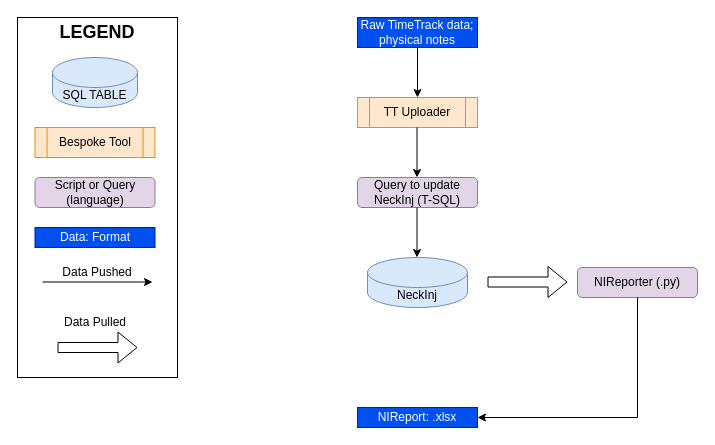
Above: TimeTrack-OnPremises-Structure.drawio in ancollis757/trackingtables (draw.io), before the change. Source tidied: cells renumbered, new cells numbered last; positions are measured from the earlier drawing's top-left corner, leaving out a move shared by most shapes. Both pictures are drawn from the tidied source at 100%, with x=0, y=0 at pixel (17, 17).
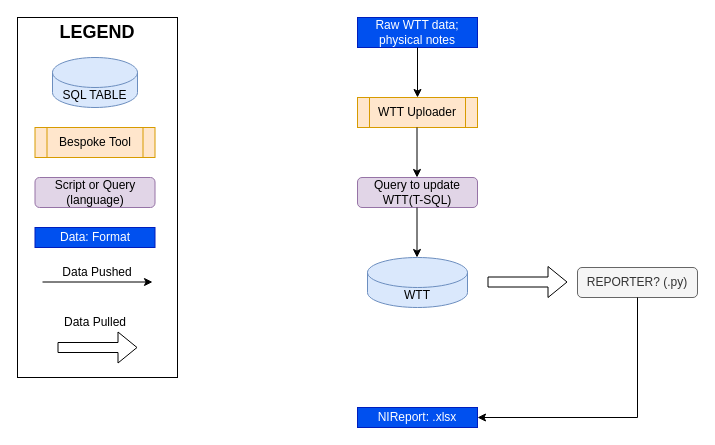
The same diagram, later.

Commit message:
Names Corrected

What changed in the source:
```diff
@@
-    <mxCell id="5" value="NeckInj" style="shape=cylinder3;whiteSpace=wrap;html=1;boundedLbl=1;backgroundOutline=1;size=15;fillColor=#dae8fc;strokeColor=#6c8ebf;" parent="1" vertex="1">
+    <mxCell id="5" value="WTT" style="shape=cylinder3;whiteSpace=wrap;html=1;boundedLbl=1;backgroundOutline=1;size=15;fillColor=#dae8fc;strokeColor=#6c8ebf;" parent="1" vertex="1">
       <mxGeometry x="350" y="240" width="100" height="50" as="geometry" />
     </mxCell>
@@
-    <mxCell id="7" value="TT Uploader" style="shape=process;whiteSpace=wrap;html=1;backgroundOutline=1;fillColor=#ffe6cc;strokeColor=#d79b00;" parent="1" vertex="1">
+    <mxCell id="7" value="WTT Uploader" style="shape=process;whiteSpace=wrap;html=1;backgroundOutline=1;fillColor=#ffe6cc;strokeColor=#d79b00;" parent="1" vertex="1">
       <mxGeometry x="340" y="80" width="120" height="30" as="geometry" />
     </mxCell>
@@
-    <mxCell id="9" value="Query to update NeckInj (T-SQL)" style="rounded=1;whiteSpace=wrap;html=1;fillColor=#e1d5e7;strokeColor=#9673a6;" parent="1" vertex="1">
+    <mxCell id="9" value="Query to update WTT(T-SQL)" style="rounded=1;whiteSpace=wrap;html=1;fillColor=#e1d5e7;strokeColor=#9673a6;" parent="1" vertex="1">
       <mxGeometry x="340" y="160" width="120" height="30" as="geometry" />
     </mxCell>
@@
-    <mxCell id="11" value="Raw TimeTrack data; physical notes" style="rounded=0;whiteSpace=wrap;html=1;fillColor=#0050ef;strokeColor=#001DBC;fontColor=#ffffff;" parent="1" vertex="1">
+    <mxCell id="11" value="Raw WTT data; physical notes" style="rounded=0;whiteSpace=wrap;html=1;fillColor=#0050ef;strokeColor=#001DBC;fontColor=#ffffff;" parent="1" vertex="1">
       <mxGeometry x="340" width="120" height="30" as="geometry" />
     </mxCell>
@@
-    <mxCell id="19" value="NIReporter (.py)" style="rounded=1;whiteSpace=wrap;html=1;fillColor=#e1d5e7;strokeColor=#9673a6;" parent="1" vertex="1">
+    <mxCell id="19" value="REPORTER? (.py)" style="rounded=1;whiteSpace=wrap;html=1;fillColor=#f5f5f5;strokeColor=#666666;fontColor=#333333;" parent="1" vertex="1">
       <mxGeometry x="560" y="250" width="120" height="30" as="geometry" />
     </mxCell>
```
